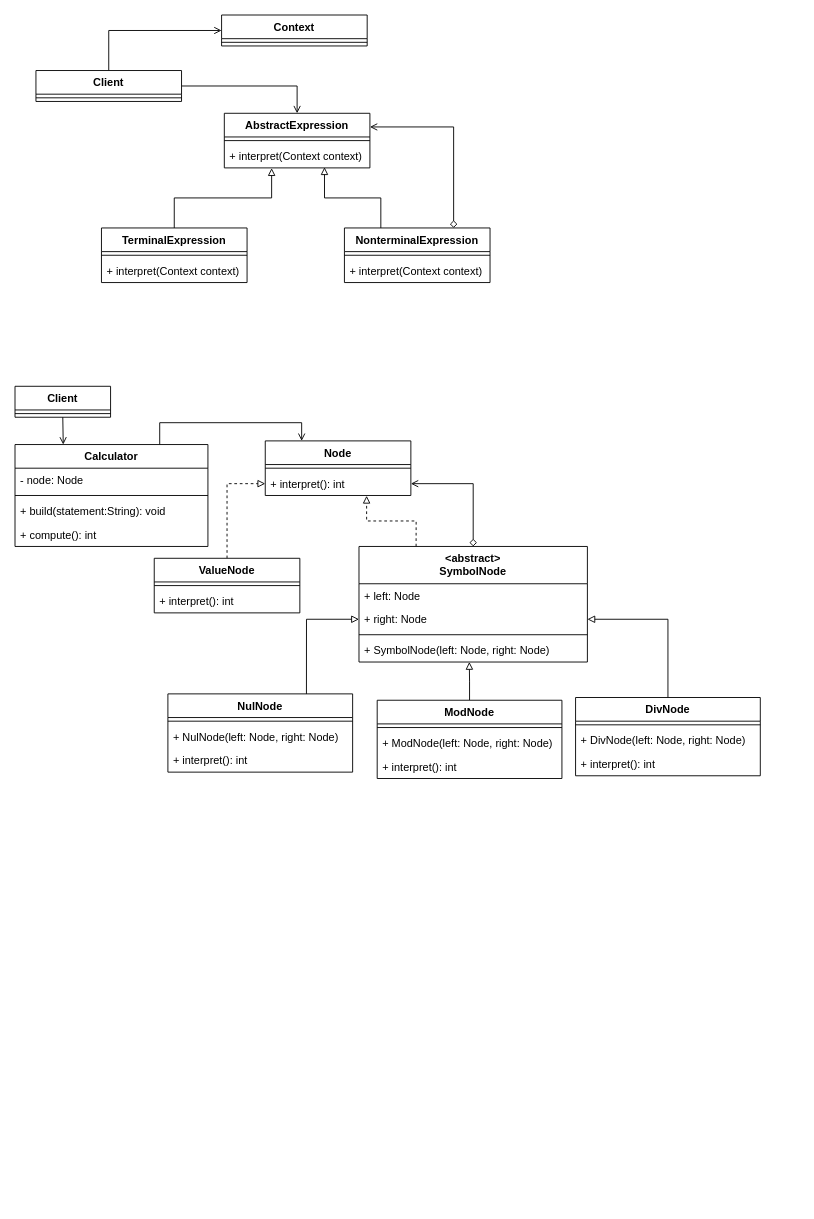
Earlier version of the draw.io diagram page "解释器模式" (3 of 5) of source/_posts/designMode/draw/行为型模式.drawio (xiaou66/xiaou66-xiaou_blog). Source tidied: cells renumbered, new cells numbered last; positions are measured from the earlier drawing's top-left corner, leaving out a move shared by most shapes. Both pictures are drawn from the tidied source at 91%, with x=0, y=0 at pixel (15, 15).
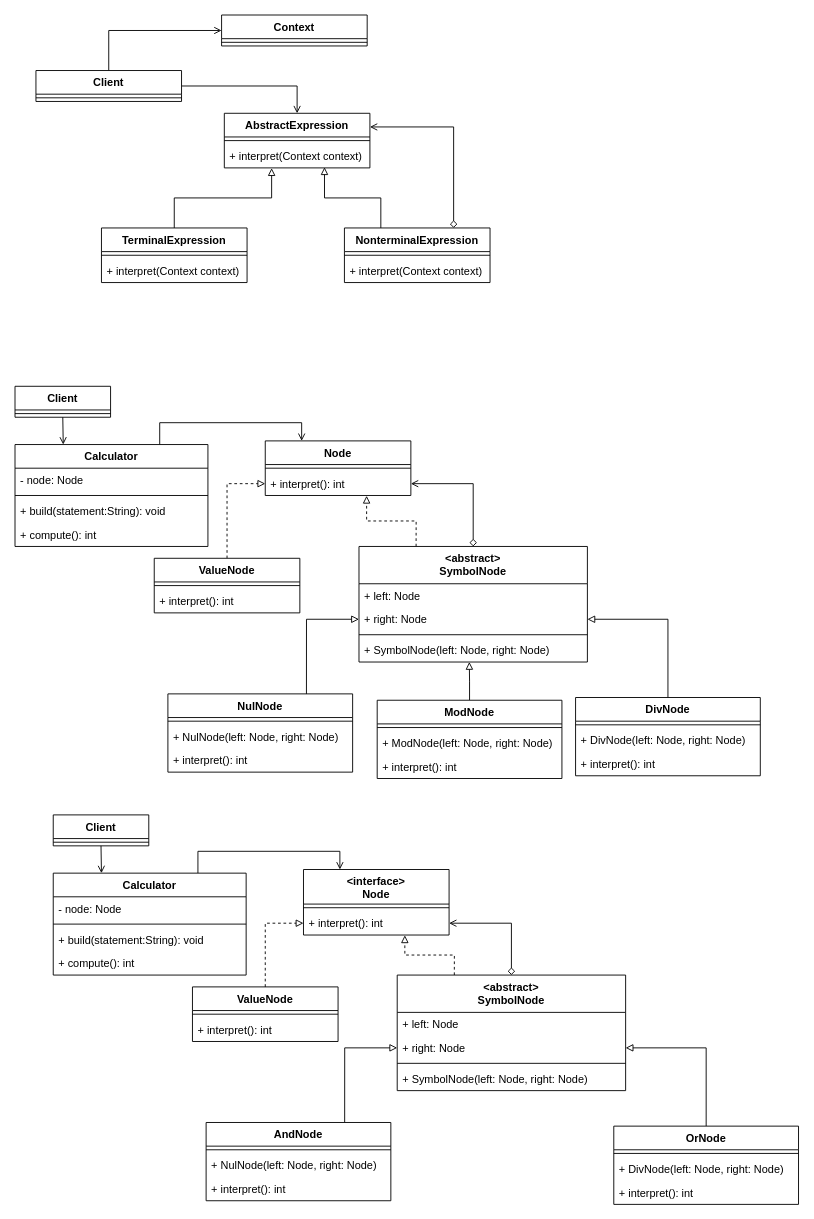
The same page after the edit.

The edit, as a diff of the source:
```diff
@@
+    <mxCell id="58" style="edgeStyle=orthogonalEdgeStyle;rounded=0;jettySize=auto;html=1;exitX=0.5;exitY=1;exitDx=0;exitDy=0;entryX=0.25;entryY=0;entryDx=0;entryDy=0;endArrow=open;endFill=0;" parent="1" edge="1" source="59" target="62">
+      <mxGeometry relative="1" as="geometry" />
+    </mxCell>
+    <mxCell id="59" value="Client" style="swimlane;fontStyle=1;align=center;verticalAlign=top;horizontal=1;startSize=26;" parent="1" vertex="1">
+      <mxGeometry x="42" y="879" width="105" height="34" as="geometry" />
+    </mxCell>
+    <mxCell id="60" style="line;strokeWidth=1;fillColor=none;align=left;verticalAlign=middle;spacingTop=-1;spacingLeft=3;spacingRight=3;labelPosition=right;" parent="59" vertex="1">
+      <mxGeometry y="26" width="105" height="8" as="geometry" />
+    </mxCell>
+    <mxCell id="61" style="edgeStyle=orthogonalEdgeStyle;rounded=0;jettySize=auto;html=1;exitX=0.75;exitY=0;exitDx=0;exitDy=0;entryX=0.25;entryY=0;entryDx=0;entryDy=0;endArrow=open;endFill=0;" parent="1" edge="1" source="62" target="67">
+      <mxGeometry relative="1" as="geometry" />
+    </mxCell>
+    <mxCell id="62" value="Calculator" style="swimlane;fontStyle=1;align=center;verticalAlign=top;horizontal=1;startSize=26;" parent="1" vertex="1">
+      <mxGeometry x="42" y="943" width="212" height="112" as="geometry" />
+    </mxCell>
+    <mxCell id="63" value="- node: Node" style="text;strokeColor=none;fillColor=none;align=left;verticalAlign=top;spacingLeft=4;spacingRight=4;overflow=hidden;" parent="62" vertex="1">
+      <mxGeometry y="26" width="212" height="26" as="geometry" />
+    </mxCell>
+    <mxCell id="64" style="line;strokeWidth=1;fillColor=none;align=left;verticalAlign=middle;spacingTop=-1;spacingLeft=3;spacingRight=3;labelPosition=right;" parent="62" vertex="1">
+      <mxGeometry y="52" width="212" height="8" as="geometry" />
+    </mxCell>
+    <mxCell id="65" value="+ build(statement:String): void" style="text;strokeColor=none;fillColor=none;align=left;verticalAlign=top;spacingLeft=4;spacingRight=4;overflow=hidden;" parent="62" vertex="1">
+      <mxGeometry y="60" width="212" height="26" as="geometry" />
+    </mxCell>
+    <mxCell id="66" value="+ compute(): int" style="text;strokeColor=none;fillColor=none;align=left;verticalAlign=top;spacingLeft=4;spacingRight=4;overflow=hidden;" parent="62" vertex="1">
+      <mxGeometry y="86" width="212" height="26" as="geometry" />
+    </mxCell>
+    <mxCell id="67" value="&lt;interface&gt;&#10;Node" style="swimlane;fontStyle=1;align=center;verticalAlign=top;horizontal=1;startSize=38;" parent="1" vertex="1">
+      <mxGeometry x="317" y="939" width="160" height="72" as="geometry" />
+    </mxCell>
+    <mxCell id="68" style="line;strokeWidth=1;fillColor=none;align=left;verticalAlign=middle;spacingTop=-1;spacingLeft=3;spacingRight=3;labelPosition=right;" parent="67" vertex="1">
+      <mxGeometry y="38" width="160" height="8" as="geometry" />
+    </mxCell>
+    <mxCell id="69" value="+ interpret(): int" style="text;strokeColor=none;fillColor=none;align=left;verticalAlign=top;spacingLeft=4;spacingRight=4;overflow=hidden;points=[[0,0.5],[1,0.5]];portConstraint=eastwest;" parent="67" vertex="1">
+      <mxGeometry y="46" width="160" height="26" as="geometry" />
+    </mxCell>
+    <mxCell id="70" style="edgeStyle=orthogonalEdgeStyle;rounded=0;jettySize=auto;html=1;exitX=0.5;exitY=0;exitDx=0;exitDy=0;dashed=1;endArrow=block;endFill=0;" parent="1" edge="1" source="71" target="69">
+      <mxGeometry relative="1" as="geometry" />
+    </mxCell>
+    <mxCell id="71" value="ValueNode" style="swimlane;fontStyle=1;align=center;verticalAlign=top;horizontal=1;startSize=26;" parent="1" vertex="1">
+      <mxGeometry x="195" y="1068" width="160" height="60" as="geometry" />
+    </mxCell>
+    <mxCell id="72" style="line;strokeWidth=1;fillColor=none;align=left;verticalAlign=middle;spacingTop=-1;spacingLeft=3;spacingRight=3;labelPosition=right;" parent="71" vertex="1">
+      <mxGeometry y="26" width="160" height="8" as="geometry" />
+    </mxCell>
+    <mxCell id="73" value="+ interpret(): int" style="text;strokeColor=none;fillColor=none;align=left;verticalAlign=top;spacingLeft=4;spacingRight=4;overflow=hidden;" parent="71" vertex="1">
+      <mxGeometry y="34" width="160" height="26" as="geometry" />
+    </mxCell>
+    <mxCell id="74" style="edgeStyle=orthogonalEdgeStyle;rounded=0;jettySize=auto;html=1;exitX=0.5;exitY=0;exitDx=0;exitDy=0;endArrow=open;endFill=0;startArrow=diamond;startFill=0;" parent="1" edge="1" source="76" target="69">
+      <mxGeometry relative="1" as="geometry" />
+    </mxCell>
+    <mxCell id="75" style="edgeStyle=orthogonalEdgeStyle;rounded=0;jettySize=auto;html=1;exitX=0.25;exitY=0;exitDx=0;exitDy=0;entryX=0.696;entryY=1.012;entryDx=0;entryDy=0;entryPerimeter=0;startArrow=none;startFill=0;endArrow=block;endFill=0;dashed=1;" parent="1" edge="1" source="76" target="69">
+      <mxGeometry relative="1" as="geometry" />
+    </mxCell>
+    <mxCell id="76" value="&lt;abstract&gt;&#10;SymbolNode" style="swimlane;fontStyle=1;align=center;verticalAlign=top;horizontal=1;startSize=41;" parent="1" vertex="1">
+      <mxGeometry x="420" y="1055" width="251" height="127" as="geometry" />
+    </mxCell>
+    <mxCell id="77" value="+ left: Node" style="text;strokeColor=none;fillColor=none;align=left;verticalAlign=top;spacingLeft=4;spacingRight=4;overflow=hidden;" parent="76" vertex="1">
+      <mxGeometry y="41" width="251" height="26" as="geometry" />
+    </mxCell>
+    <mxCell id="78" value="+ right: Node" style="text;strokeColor=none;fillColor=none;align=left;verticalAlign=top;spacingLeft=4;spacingRight=4;overflow=hidden;points=[[0,0.5],[1,0.5]];portConstraint=eastwest;" parent="76" vertex="1">
+      <mxGeometry y="67" width="251" height="26" as="geometry" />
+    </mxCell>
+    <mxCell id="79" style="line;strokeWidth=1;fillColor=none;align=left;verticalAlign=middle;spacingTop=-1;spacingLeft=3;spacingRight=3;labelPosition=right;" parent="76" vertex="1">
+      <mxGeometry y="93" width="251" height="8" as="geometry" />
+    </mxCell>
+    <mxCell id="80" value="+ SymbolNode(left: Node, right: Node)" style="text;strokeColor=none;fillColor=none;align=left;verticalAlign=top;spacingLeft=4;spacingRight=4;overflow=hidden;" parent="76" vertex="1">
+      <mxGeometry y="101" width="251" height="26" as="geometry" />
+    </mxCell>
+    <mxCell id="81" style="edgeStyle=orthogonalEdgeStyle;rounded=0;jettySize=auto;html=1;exitX=0.75;exitY=0;exitDx=0;exitDy=0;endArrow=block;endFill=0;" parent="1" edge="1" source="82" target="78">
+      <mxGeometry relative="1" as="geometry" />
+    </mxCell>
+    <mxCell id="82" value="AndNode" style="swimlane;fontStyle=1;align=center;verticalAlign=top;horizontal=1;startSize=26;" parent="1" vertex="1">
+      <mxGeometry x="210" y="1217" width="203" height="86" as="geometry" />
+    </mxCell>
+    <mxCell id="83" style="line;strokeWidth=1;fillColor=none;align=left;verticalAlign=middle;spacingTop=-1;spacingLeft=3;spacingRight=3;labelPosition=right;" parent="82" vertex="1">
+      <mxGeometry y="26" width="203" height="8" as="geometry" />
+    </mxCell>
+    <mxCell id="84" value="+ NulNode(left: Node, right: Node)" style="text;strokeColor=none;fillColor=none;align=left;verticalAlign=top;spacingLeft=4;spacingRight=4;overflow=hidden;" parent="82" vertex="1">
+      <mxGeometry y="34" width="203" height="26" as="geometry" />
+    </mxCell>
+    <mxCell id="85" value="+ interpret(): int" style="text;strokeColor=none;fillColor=none;align=left;verticalAlign=top;spacingLeft=4;spacingRight=4;overflow=hidden;" parent="82" vertex="1">
+      <mxGeometry y="60" width="203" height="26" as="geometry" />
+    </mxCell>
+    <mxCell id="86" style="edgeStyle=orthogonalEdgeStyle;rounded=0;jettySize=auto;html=1;exitX=0.5;exitY=0;exitDx=0;exitDy=0;entryX=1;entryY=0.5;entryDx=0;entryDy=0;endArrow=block;endFill=0;" parent="1" edge="1" source="87" target="78">
+      <mxGeometry relative="1" as="geometry" />
+    </mxCell>
+    <mxCell id="87" value="OrNode" style="swimlane;fontStyle=1;align=center;verticalAlign=top;horizontal=1;startSize=26;" parent="1" vertex="1">
+      <mxGeometry x="658" y="1221" width="203" height="86" as="geometry" />
+    </mxCell>
+    <mxCell id="88" style="line;strokeWidth=1;fillColor=none;align=left;verticalAlign=middle;spacingTop=-1;spacingLeft=3;spacingRight=3;labelPosition=right;" parent="87" vertex="1">
+      <mxGeometry y="26" width="203" height="8" as="geometry" />
+    </mxCell>
+    <mxCell id="89" value="+ DivNode(left: Node, right: Node)" style="text;strokeColor=none;fillColor=none;align=left;verticalAlign=top;spacingLeft=4;spacingRight=4;overflow=hidden;" parent="87" vertex="1">
+      <mxGeometry y="34" width="203" height="26" as="geometry" />
+    </mxCell>
+    <mxCell id="90" value="+ interpret(): int" style="text;strokeColor=none;fillColor=none;align=left;verticalAlign=top;spacingLeft=4;spacingRight=4;overflow=hidden;" parent="87" vertex="1">
+      <mxGeometry y="60" width="203" height="26" as="geometry" />
+    </mxCell>
```
